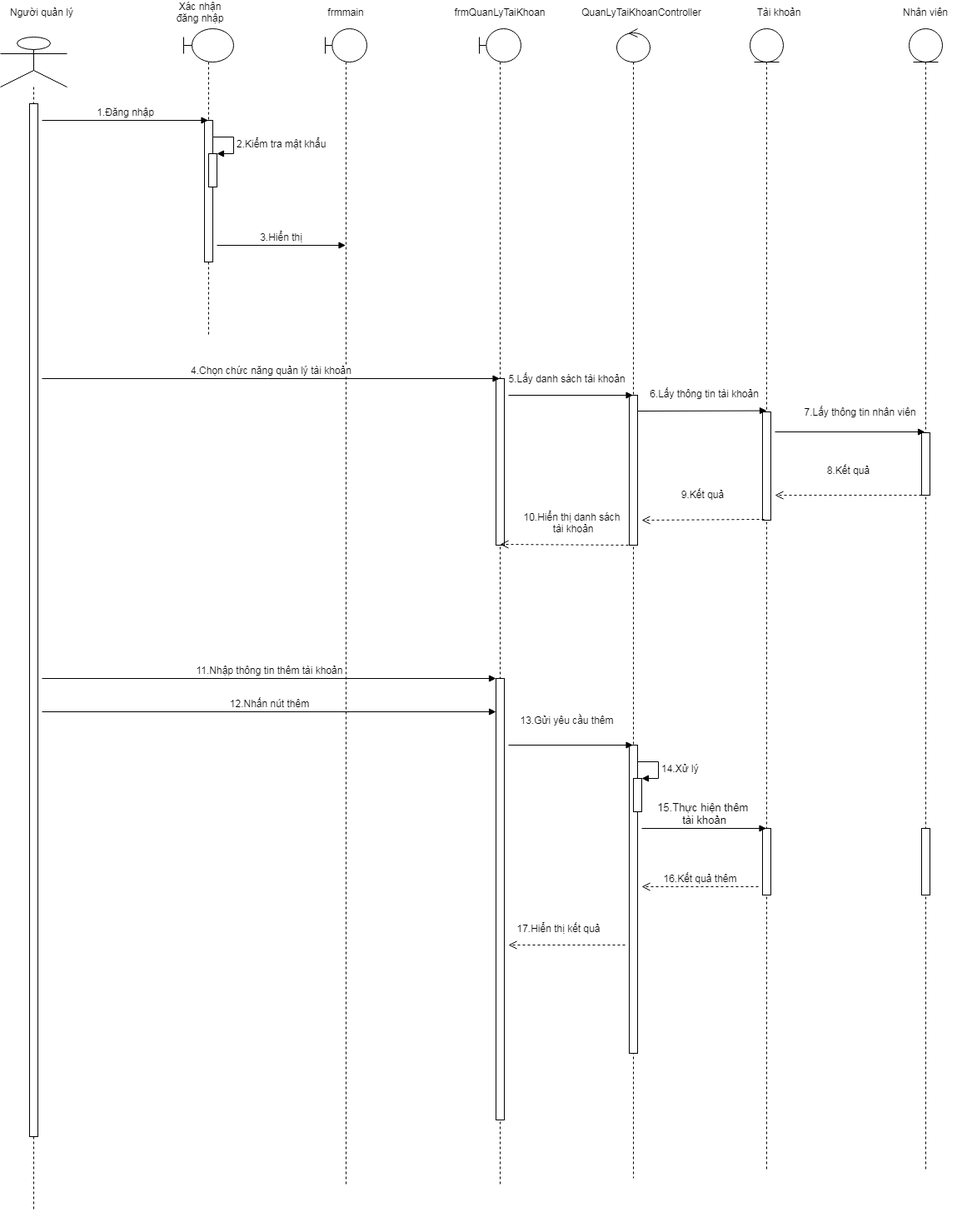
Before: Phan_Tich_Thiet_Ke/Diagram/Sequence_Diagram/Sequence_Diagram_QuanLyTaiKhoan_ThemTaikhoan.png, a diagram exported from draw.io (KNhaa/DoAnCNPM). Source tidied: cells renumbered, new cells last; positions are measured from the earlier drawing's top-left corner, leaving out a move shared by most shapes.
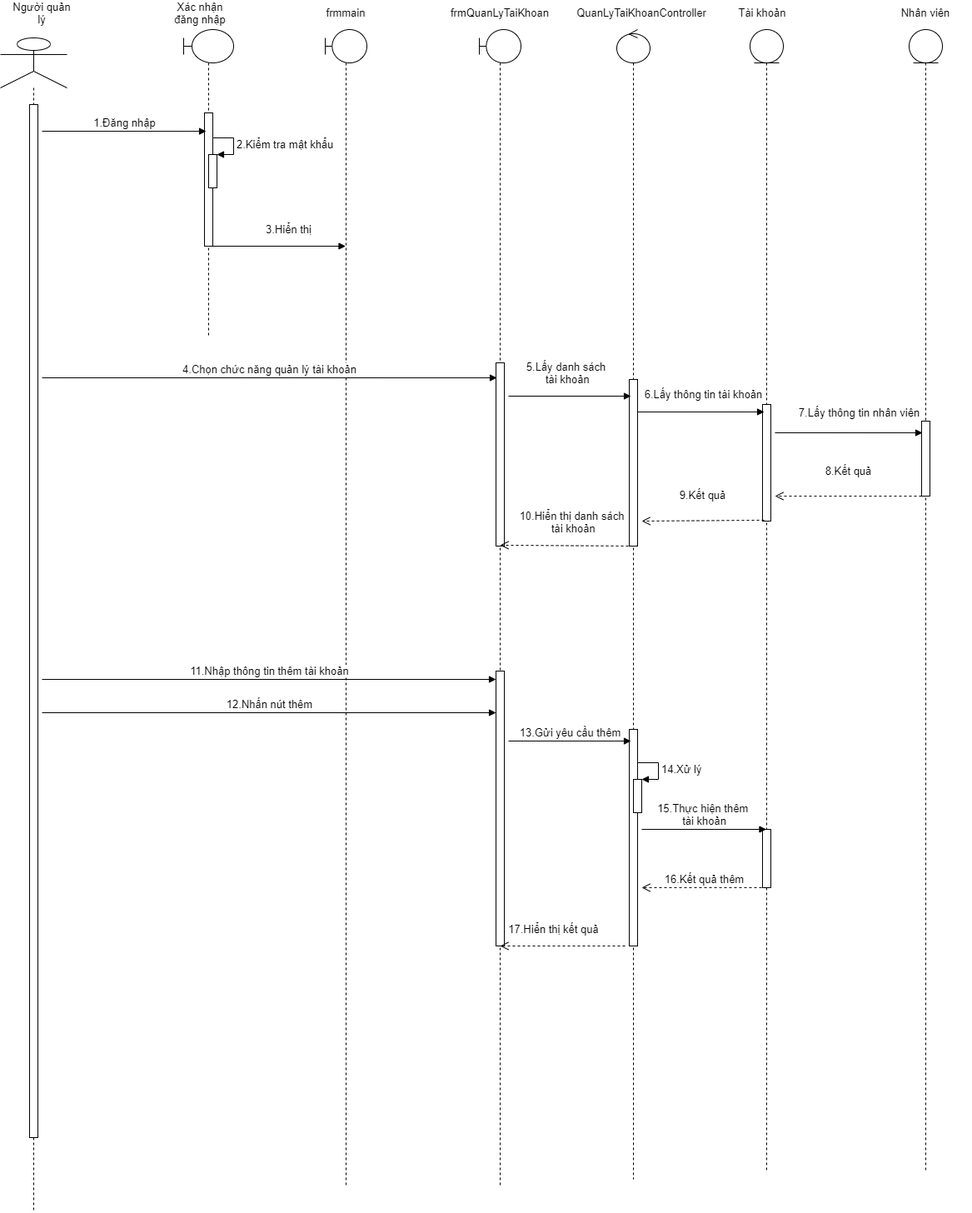
Above is the later version.

What changed in the source:
```diff
@@ -12,12 +12,12 @@
       <mxGeometry x="220" y="30" width="60" height="370" as="geometry" />
     </mxCell>
     <mxCell id="5" style="html=1;points=[];perimeter=orthogonalPerimeter;" parent="4" vertex="1">
-      <mxGeometry x="25" y="110" width="10" height="170" as="geometry" />
+      <mxGeometry x="25" y="100" width="10" height="160" as="geometry" />
     </mxCell>
     <mxCell id="6" style="html=1;points=[];perimeter=orthogonalPerimeter;" parent="4" vertex="1">
       <mxGeometry x="30" y="150" width="10" height="40" as="geometry" />
     </mxCell>
-    <mxCell id="7" value="&lt;font style=&quot;font-size: 12px&quot;&gt;2.Kiểm tra mật khẩu&lt;/font&gt;" style="edgeStyle=orthogonalEdgeStyle;html=1;align=left;spacingLeft=2;endArrow=block;rounded=0;entryX=1;entryY=0;" parent="4" edge="1" target="6">
+    <mxCell id="7" value="&lt;font style=&quot;font-size: 13px&quot;&gt;2.Kiểm tra mật khẩu&lt;/font&gt;" style="edgeStyle=orthogonalEdgeStyle;html=1;align=left;spacingLeft=2;endArrow=block;rounded=0;entryX=1;entryY=0;" parent="4" edge="1" target="6">
       <mxGeometry relative="1" as="geometry">
         <mxPoint x="35" y="130" as="sourcePoint" />
         <Array as="points">
@@ -32,24 +32,24 @@
       <mxGeometry x="900" y="30" width="40" height="1370" as="geometry" />
     </mxCell>
     <mxCell id="10" style="html=1;points=[];perimeter=orthogonalPerimeter;" parent="9" vertex="1">
-      <mxGeometry x="15" y="460" width="10" height="130" as="geometry" />
+      <mxGeometry x="15" y="450" width="10" height="140" as="geometry" />
     </mxCell>
     <mxCell id="11" style="html=1;points=[];perimeter=orthogonalPerimeter;" parent="9" vertex="1">
-      <mxGeometry x="15" y="960" width="10" height="80" as="geometry" />
+      <mxGeometry x="15" y="960" width="10" height="70" as="geometry" />
     </mxCell>
     <mxCell id="12" style="shape=umlLifeline;participant=umlControl;perimeter=lifelinePerimeter;whiteSpace=wrap;html=1;verticalAlign=top;spacingTop=36;outlineConnect=0;" parent="1" vertex="1">
       <mxGeometry x="740" y="30" width="40" height="1380" as="geometry" />
     </mxCell>
     <mxCell id="13" style="html=1;points=[];perimeter=orthogonalPerimeter;" parent="12" vertex="1">
-      <mxGeometry x="15" y="440" width="10" height="180" as="geometry" />
+      <mxGeometry x="15" y="420" width="10" height="200" as="geometry" />
     </mxCell>
     <mxCell id="14" style="html=1;points=[];perimeter=orthogonalPerimeter;" parent="12" vertex="1">
-      <mxGeometry x="15" y="860" width="10" height="370" as="geometry" />
+      <mxGeometry x="15" y="840" width="10" height="260" as="geometry" />
     </mxCell>
     <mxCell id="15" style="html=1;points=[];perimeter=orthogonalPerimeter;" parent="12" vertex="1">
       <mxGeometry x="20" y="900" width="10" height="40" as="geometry" />
     </mxCell>
-    <mxCell id="16" value="&lt;font style=&quot;font-size: 12px&quot;&gt;14.Xử lý&lt;/font&gt;" style="edgeStyle=orthogonalEdgeStyle;html=1;align=left;spacingLeft=2;endArrow=block;rounded=0;entryX=1;entryY=0;" parent="12" edge="1" target="15">
+    <mxCell id="16" value="&lt;font style=&quot;font-size: 13px&quot;&gt;14.Xử lý&lt;/font&gt;" style="edgeStyle=orthogonalEdgeStyle;html=1;align=left;spacingLeft=2;endArrow=block;rounded=0;entryX=1;entryY=0;" parent="12" edge="1" target="15">
       <mxGeometry relative="1" as="geometry">
         <mxPoint x="25" y="880" as="sourcePoint" />
         <Array as="points">
@@ -57,97 +57,96 @@
         </Array>
       </mxGeometry>
     </mxCell>
-    <mxCell id="17" value="Người quản lý" style="text;html=1;strokeColor=none;fillColor=none;align=center;verticalAlign=middle;whiteSpace=wrap;rounded=0;" parent="1" vertex="1">
+    <mxCell id="17" value="&lt;font style=&quot;font-size: 13px&quot;&gt;Người quản lý&lt;/font&gt;" style="text;html=1;strokeColor=none;fillColor=none;align=center;verticalAlign=middle;whiteSpace=wrap;rounded=0;" parent="1" vertex="1">
       <mxGeometry x="10" width="80" height="20" as="geometry" />
     </mxCell>
-    <mxCell id="18" value="Xác nhận đăng nhập" style="text;html=1;strokeColor=none;fillColor=none;align=center;verticalAlign=middle;whiteSpace=wrap;rounded=0;" parent="1" vertex="1">
+    <mxCell id="18" value="&lt;font style=&quot;font-size: 13px&quot;&gt;Xác nhận đăng nhập&lt;/font&gt;" style="text;html=1;strokeColor=none;fillColor=none;align=center;verticalAlign=middle;whiteSpace=wrap;rounded=0;" parent="1" vertex="1">
       <mxGeometry x="200" width="80" height="20" as="geometry" />
     </mxCell>
-    <mxCell id="19" value="frmmain" style="text;html=1;strokeColor=none;fillColor=none;align=center;verticalAlign=middle;whiteSpace=wrap;rounded=0;" parent="1" vertex="1">
+    <mxCell id="19" value="&lt;font style=&quot;font-size: 13px&quot;&gt;frmmain&lt;/font&gt;" style="text;html=1;strokeColor=none;fillColor=none;align=center;verticalAlign=middle;whiteSpace=wrap;rounded=0;" parent="1" vertex="1">
       <mxGeometry x="375" width="80" height="20" as="geometry" />
     </mxCell>
-    <mxCell id="20" value="frmQuanLyTaiKhoan" style="text;html=1;strokeColor=none;fillColor=none;align=center;verticalAlign=middle;whiteSpace=wrap;rounded=0;" parent="1" vertex="1">
+    <mxCell id="20" value="&lt;font style=&quot;font-size: 13px&quot;&gt;frmQuanLyTaiKhoan&lt;/font&gt;" style="text;html=1;strokeColor=none;fillColor=none;align=center;verticalAlign=middle;whiteSpace=wrap;rounded=0;" parent="1" vertex="1">
       <mxGeometry x="560" width="80" height="20" as="geometry" />
     </mxCell>
-    <mxCell id="21" value="Tài kho&lt;span style=&quot;color: rgba(0 , 0 , 0 , 0) ; font-family: monospace ; font-size: 0px&quot;&gt;%3CmxGraphModel%3E%3Croot%3E%3CmxCell%20id%3D%220%22%2F%3E%3CmxCell%20id%3D%221%22%20parent%3D%220%22%2F%3E%3CmxCell%20id%3D%222%22%20value%3D%22%22%20style%3D%22shape%3DumlLifeline%3Bparticipant%3DumlEntity%3Bperimeter%3DlifelinePerimeter%3BwhiteSpace%3Dwrap%3Bhtml%3D1%3Bcontainer%3D1%3Bcollapsible%3D0%3BrecursiveResize%3D0%3BverticalAlign%3Dtop%3BspacingTop%3D36%3BoutlineConnect%3D0%3B%22%20vertex%3D%221%22%20parent%3D%221%22%3E%3CmxGeometry%20x%3D%221030%22%20y%3D%22100%22%20width%3D%2240%22%20height%3D%221370%22%20as%3D%22geometry%22%2F%3E%3C%2FmxCell%3E%3CmxCell%20id%3D%223%22%20value%3D%22%22%20style%3D%22html%3D1%3Bpoints%3D%5B%5D%3Bperimeter%3DorthogonalPerimeter%3B%22%20vertex%3D%221%22%20parent%3D%222%22%3E%3CmxGeometry%20x%3D%2215%22%20y%3D%22460%22%20width%3D%2210%22%20height%3D%2290%22%20as%3D%22geometry%22%2F%3E%3C%2FmxCell%3E%3CmxCell%20id%3D%224%22%20value%3D%22%22%20style%3D%22html%3D1%3Bpoints%3D%5B%5D%3Bperimeter%3DorthogonalPerimeter%3B%22%20vertex%3D%221%22%20parent%3D%222%22%3E%3CmxGeometry%20x%3D%2215%22%20y%3D%22960%22%20width%3D%2210%22%20height%3D%2280%22%20as%3D%22geometry%22%2F%3E%3C%2FmxCell%3E%3C%2Froot%3E%3C%2FmxGraphModel%3E&lt;/span&gt;ản" style="text;html=1;strokeColor=none;fillColor=none;align=center;verticalAlign=middle;whiteSpace=wrap;rounded=0;" parent="1" vertex="1">
-      <mxGeometry x="880" width="110" height="20" as="geometry" />
+    <mxCell id="21" value="&lt;span style=&quot;font-size: 13px&quot;&gt;Tài khoản&lt;/span&gt;" style="text;html=1;strokeColor=none;fillColor=none;align=center;verticalAlign=middle;whiteSpace=wrap;rounded=0;" parent="1" vertex="1">
+      <mxGeometry x="860" width="110" height="20" as="geometry" />
     </mxCell>
     <mxCell id="22" style="shape=umlLifeline;participant=umlBoundary;perimeter=lifelinePerimeter;whiteSpace=wrap;html=1;verticalAlign=top;spacingTop=36;outlineConnect=0;" parent="1" vertex="1">
       <mxGeometry x="575" y="30" width="50" height="1390" as="geometry" />
     </mxCell>
     <mxCell id="23" style="html=1;points=[];perimeter=orthogonalPerimeter;" parent="22" vertex="1">
-      <mxGeometry x="20" y="420" width="10" height="200" as="geometry" />
+      <mxGeometry x="20" y="400" width="10" height="220" as="geometry" />
     </mxCell>
     <mxCell id="24" style="html=1;points=[];perimeter=orthogonalPerimeter;" parent="22" vertex="1">
-      <mxGeometry x="20" y="780" width="10" height="530" as="geometry" />
+      <mxGeometry x="20" y="770" width="10" height="330" as="geometry" />
     </mxCell>
+    <mxCell id="35" value="&lt;font style=&quot;font-size: 13px&quot;&gt;13.Gửi yêu cầu thêm&lt;/font&gt;" style="html=1;verticalAlign=bottom;endArrow=block;entryX=0.2;entryY=0.054;entryDx=0;entryDy=0;entryPerimeter=0;" parent="22" edge="1" target="14">
+      <mxGeometry relative="1" as="geometry">
+        <mxPoint x="35" y="854" as="sourcePoint" />
+      </mxGeometry>
+    </mxCell>
-    <mxCell id="25" value="QuanLyTaiKhoanController" style="text;html=1;strokeColor=none;fillColor=none;align=center;verticalAlign=middle;whiteSpace=wrap;rounded=0;" parent="1" vertex="1">
+    <mxCell id="25" value="&lt;font style=&quot;font-size: 13px&quot;&gt;QuanLyTaiKhoanController&lt;/font&gt;" style="text;html=1;strokeColor=none;fillColor=none;align=center;verticalAlign=middle;whiteSpace=wrap;rounded=0;" parent="1" vertex="1">
       <mxGeometry x="730" width="80" height="20" as="geometry" />
     </mxCell>
-    <mxCell id="26" value="&lt;font style=&quot;font-size: 12px&quot;&gt;1.Đăng nhập&lt;/font&gt;" style="html=1;verticalAlign=bottom;endArrow=block;" parent="1" edge="1" target="4">
+    <mxCell id="26" value="&lt;font style=&quot;font-size: 13px&quot;&gt;1.Đăng nhập&lt;/font&gt;" style="html=1;verticalAlign=bottom;endArrow=block;entryX=0.2;entryY=0.138;entryDx=0;entryDy=0;entryPerimeter=0;" parent="1" edge="1" target="5">
       <mxGeometry relative="1" as="geometry">
-        <mxPoint x="50" y="140" as="sourcePoint" />
+        <mxPoint x="50" y="152" as="sourcePoint" />
       </mxGeometry>
     </mxCell>
-    <mxCell id="27" value="&lt;font style=&quot;font-size: 12px&quot;&gt;3.Hiển thị&lt;/font&gt;" style="html=1;verticalAlign=bottom;endArrow=block;" parent="1" edge="1" target="8">
-      <mxGeometry relative="1" as="geometry">
-        <mxPoint x="260" y="290" as="sourcePoint" />
+    <mxCell id="27" value="&lt;font style=&quot;font-size: 13px&quot;&gt;3.Hiển thị&lt;/font&gt;" style="html=1;verticalAlign=bottom;endArrow=block;" parent="1" edge="1" target="8">
+      <mxGeometry x="0.17" y="10" relative="1" as="geometry">
+        <mxPoint x="250" y="290" as="sourcePoint" />
       </mxGeometry>
     </mxCell>
-    <mxCell id="28" value="&lt;font style=&quot;font-size: 12px&quot;&gt;4.Chọn chức năng quản lý tài khoản&lt;/font&gt;" style="html=1;verticalAlign=bottom;endArrow=block;" parent="1" edge="1" target="22">
+    <mxCell id="28" value="&lt;font style=&quot;font-size: 13px&quot;&gt;4.Chọn chức năng quản lý tài khoản&lt;/font&gt;" style="html=1;verticalAlign=bottom;endArrow=block;entryX=0.1;entryY=0.082;entryDx=0;entryDy=0;entryPerimeter=0;" parent="1" edge="1" target="23">
       <mxGeometry relative="1" as="geometry">
-        <mxPoint x="50" y="450" as="sourcePoint" />
+        <mxPoint x="50" y="448" as="sourcePoint" />
       </mxGeometry>
     </mxCell>
-    <mxCell id="29" value="&lt;font style=&quot;font-size: 12px&quot;&gt;5.Lấy danh sách tài khoản&lt;/font&gt;" style="html=1;verticalAlign=bottom;endArrow=block;" parent="1" edge="1" target="12">
+    <mxCell id="29" value="&lt;font style=&quot;font-size: 13px&quot;&gt;5.Lấy danh sách&lt;br&gt;&amp;nbsp;tài khoản&lt;/font&gt;" style="html=1;verticalAlign=bottom;endArrow=block;entryX=0.2;entryY=0.1;entryDx=0;entryDy=0;entryPerimeter=0;" parent="1" edge="1" target="13">
       <mxGeometry x="-0.06" y="10" relative="1" as="geometry">
         <mxPoint x="610" y="470" as="sourcePoint" />
       </mxGeometry>
     </mxCell>
-    <mxCell id="30" value="&lt;font style=&quot;font-size: 12px&quot;&gt;6.Lấy thông tin tài khoản&lt;/font&gt;" style="html=1;verticalAlign=bottom;endArrow=block;entryX=0.5;entryY=-0.011;entryDx=0;entryDy=0;entryPerimeter=0;" parent="1" edge="1" target="10">
+    <mxCell id="30" value="&lt;font style=&quot;font-size: 13px&quot;&gt;6.Lấy thông tin tài khoản&lt;/font&gt;" style="html=1;verticalAlign=bottom;endArrow=block;entryX=0.2;entryY=0.064;entryDx=0;entryDy=0;entryPerimeter=0;" parent="1" edge="1" target="10">
       <mxGeometry x="0.04" y="11" relative="1" as="geometry">
         <mxPoint x="765" y="489" as="sourcePoint" />
       </mxGeometry>
     </mxCell>
-    <mxCell id="31" value="&lt;span style=&quot;font-size: 12px&quot;&gt;9.Kết quả&lt;/span&gt;" style="html=1;verticalAlign=bottom;endArrow=open;dashed=1;endSize=8;exitX=0.2;exitY=0.992;exitDx=0;exitDy=0;exitPerimeter=0;" parent="1" edge="1" source="10">
+    <mxCell id="31" value="&lt;font style=&quot;font-size: 13px&quot;&gt;9.Kết quả&lt;/font&gt;" style="html=1;verticalAlign=bottom;endArrow=open;dashed=1;endSize=8;exitX=0.2;exitY=0.992;exitDx=0;exitDy=0;exitPerimeter=0;" parent="1" edge="1" source="10">
       <mxGeometry y="-20" relative="1" as="geometry">
         <mxPoint x="770" y="620" as="targetPoint" />
       </mxGeometry>
     </mxCell>
-    <mxCell id="32" value="&lt;font style=&quot;font-size: 12px&quot;&gt;10.Hiển thị danh sách&lt;br&gt;&lt;font style=&quot;font-size: 12px&quot;&gt;&amp;nbsp;tài khoản&lt;/font&gt;&lt;/font&gt;" style="html=1;verticalAlign=bottom;endArrow=open;dashed=1;endSize=8;entryX=0.5;entryY=0.995;entryDx=0;entryDy=0;entryPerimeter=0;exitX=0.5;exitY=1;exitDx=0;exitDy=0;exitPerimeter=0;" parent="1" edge="1" source="13" target="23">
+    <mxCell id="32" value="&lt;font style=&quot;font-size: 13px&quot;&gt;10.Hiển thị danh sách&lt;br&gt;&lt;font style=&quot;font-size: 13px&quot;&gt;&amp;nbsp;tài khoản&lt;/font&gt;&lt;/font&gt;" style="html=1;verticalAlign=bottom;endArrow=open;dashed=1;endSize=8;entryX=0.5;entryY=0.995;entryDx=0;entryDy=0;entryPerimeter=0;exitX=0.5;exitY=1;exitDx=0;exitDy=0;exitPerimeter=0;" parent="1" edge="1" source="13" target="23">
       <mxGeometry x="-0.08" y="-10" relative="1" as="geometry" />
     </mxCell>
-    <mxCell id="33" value="&lt;span style=&quot;font-size: 12px&quot;&gt;11.Nhập thông tin thêm tài khoản&lt;/span&gt;" style="html=1;verticalAlign=bottom;endArrow=block;" parent="1" edge="1" target="24">
+    <mxCell id="33" value="&lt;font style=&quot;font-size: 13px&quot;&gt;11.Nhập thông tin thêm tài khoản&lt;/font&gt;" style="html=1;verticalAlign=bottom;endArrow=block;" parent="1" edge="1" target="24">
       <mxGeometry relative="1" as="geometry">
         <mxPoint x="50" y="810" as="sourcePoint" />
       </mxGeometry>
     </mxCell>
-    <mxCell id="34" value="&lt;span style=&quot;font-size: 12px&quot;&gt;12.Nhấn nút thêm&lt;/span&gt;" style="html=1;verticalAlign=bottom;endArrow=block;" parent="1" edge="1">
+    <mxCell id="34" value="&lt;font style=&quot;font-size: 13px&quot;&gt;12.Nhấn nút thêm&lt;/font&gt;" style="html=1;verticalAlign=bottom;endArrow=block;" parent="1" edge="1">
       <mxGeometry relative="1" as="geometry">
         <mxPoint x="50" y="850" as="sourcePoint" />
         <mxPoint x="595" y="850" as="targetPoint" />
       </mxGeometry>
     </mxCell>
-    <mxCell id="35" value="&lt;font style=&quot;font-size: 12px&quot;&gt;13.Gửi yêu cầu thêm&lt;/font&gt;" style="html=1;verticalAlign=bottom;endArrow=block;" parent="1" edge="1" target="12">
-      <mxGeometry x="-0.06" y="20" relative="1" as="geometry">
-        <mxPoint x="610" y="890" as="sourcePoint" />
-      </mxGeometry>
-    </mxCell>
     <mxCell id="36" value="&lt;font style=&quot;font-size: 13px&quot;&gt;15.Thực hiện thêm &lt;br&gt;tài khoản&lt;br&gt;&lt;/font&gt;" style="html=1;verticalAlign=bottom;endArrow=block;" parent="1" edge="1" target="9">
       <mxGeometry relative="1" as="geometry">
         <mxPoint x="770" y="990" as="sourcePoint" />
       </mxGeometry>
     </mxCell>
-    <mxCell id="37" value="&lt;font style=&quot;font-size: 12px&quot;&gt;16.Kết quả thêm&lt;/font&gt;" style="html=1;verticalAlign=bottom;endArrow=open;dashed=1;endSize=8;" parent="1" edge="1">
+    <mxCell id="37" value="&lt;font style=&quot;font-size: 13px&quot;&gt;16.Kết quả thêm&lt;/font&gt;" style="html=1;verticalAlign=bottom;endArrow=open;dashed=1;endSize=8;exitX=0.5;exitY=1;exitDx=0;exitDy=0;exitPerimeter=0;" parent="1" edge="1" source="11">
       <mxGeometry relative="1" as="geometry">
-        <mxPoint x="910" y="1060" as="sourcePoint" />
         <mxPoint x="770" y="1060" as="targetPoint" />
       </mxGeometry>
     </mxCell>
-    <mxCell id="38" value="&lt;font style=&quot;font-size: 12px&quot;&gt;17.Hiển thị kết quả&lt;/font&gt;" style="html=1;verticalAlign=bottom;endArrow=open;dashed=1;endSize=8;" parent="1" edge="1">
+    <mxCell id="38" value="&lt;font style=&quot;font-size: 13px&quot;&gt;17.Hiển thị kết quả&lt;/font&gt;" style="html=1;verticalAlign=bottom;endArrow=open;dashed=1;endSize=8;" parent="1" edge="1">
       <mxGeometry x="0.14" y="-10" relative="1" as="geometry">
         <mxPoint x="750" y="1130" as="sourcePoint" />
-        <mxPoint x="610" y="1130" as="targetPoint" />
+        <mxPoint x="600" y="1130" as="targetPoint" />
         <Array as="points">
           <mxPoint x="750" y="1130" />
           <mxPoint x="670" y="1130" />
@@ -157,22 +156,18 @@
     <mxCell id="39" style="shape=umlLifeline;participant=umlEntity;perimeter=lifelinePerimeter;whiteSpace=wrap;html=1;verticalAlign=top;spacingTop=36;" parent="1" vertex="1">
       <mxGeometry x="1091" y="30" width="40" height="1370" as="geometry" />
     </mxCell>
-    <mxCell id="40" style="html=1;perimeter=orthogonalPerimeter;" parent="39" vertex="1">
-      <mxGeometry x="15" y="960" width="10" height="80" as="geometry" />
-    </mxCell>
     <mxCell id="41" style="html=1;points=[];perimeter=orthogonalPerimeter;" parent="39" vertex="1">
-      <mxGeometry x="15" y="485" width="10" height="75" as="geometry" />
+      <mxGeometry x="15" y="470" width="10" height="90" as="geometry" />
     </mxCell>
-    <mxCell id="42" value="Nhân viên" style="text;html=1;strokeColor=none;fillColor=none;align=center;verticalAlign=middle;whiteSpace=wrap;rounded=0;" parent="1" vertex="1">
+    <mxCell id="42" value="&lt;font style=&quot;font-size: 13px&quot;&gt;Nhân viên&lt;/font&gt;" style="text;html=1;strokeColor=none;fillColor=none;align=center;verticalAlign=middle;whiteSpace=wrap;rounded=0;" parent="1" vertex="1">
       <mxGeometry x="1056" width="110" height="20" as="geometry" />
     </mxCell>
-    <mxCell id="43" value="&lt;font style=&quot;font-size: 12px&quot;&gt;7.Lấy thông tin nhân viên&lt;/font&gt;" style="html=1;verticalAlign=bottom;endArrow=block;" parent="1" edge="1">
+    <mxCell id="43" value="&lt;font style=&quot;font-size: 13px&quot;&gt;7.Lấy thông tin nhân viên&lt;/font&gt;" style="html=1;verticalAlign=bottom;endArrow=block;entryX=0.1;entryY=0.156;entryDx=0;entryDy=0;entryPerimeter=0;" parent="1" edge="1" target="41">
       <mxGeometry x="0.14" y="14" relative="1" as="geometry">
         <mxPoint x="930" y="514" as="sourcePoint" />
-        <mxPoint x="1110" y="514" as="targetPoint" />
       </mxGeometry>
     </mxCell>
-    <mxCell id="44" value="&lt;span style=&quot;font-size: 12px&quot;&gt;8.Kết quả&lt;/span&gt;" style="html=1;verticalAlign=bottom;endArrow=open;dashed=1;endSize=8;exitX=0;exitY=0.989;exitDx=0;exitDy=0;exitPerimeter=0;" parent="1" edge="1">
+    <mxCell id="44" value="&lt;font style=&quot;font-size: 13px&quot;&gt;8.Kết quả&lt;/font&gt;" style="html=1;verticalAlign=bottom;endArrow=open;dashed=1;endSize=8;exitX=0;exitY=0.989;exitDx=0;exitDy=0;exitPerimeter=0;" parent="1" edge="1">
       <mxGeometry y="-20" relative="1" as="geometry">
         <mxPoint x="1106" y="590" as="sourcePoint" />
         <mxPoint x="930" y="590" as="targetPoint" />
```
